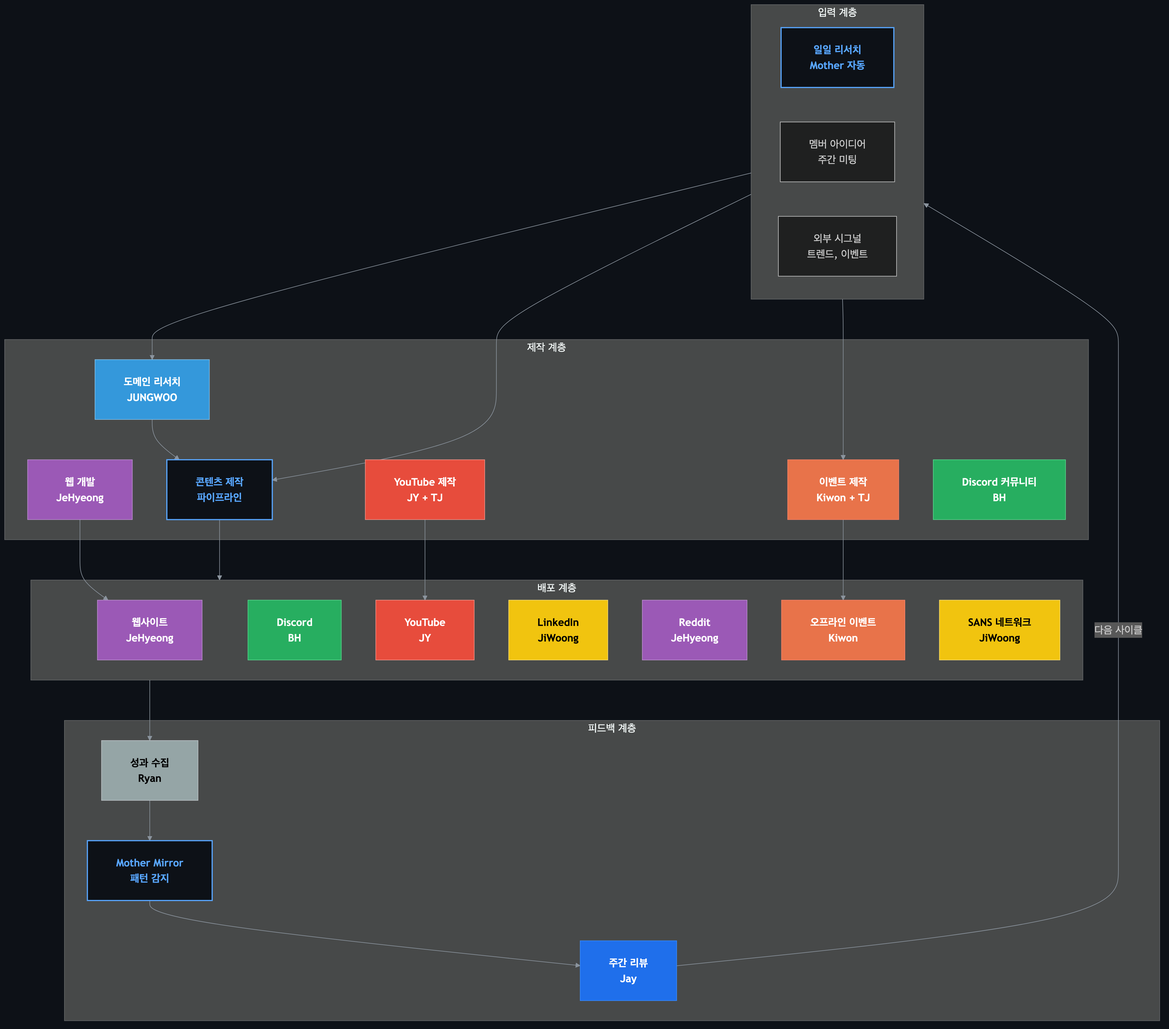
Earlier version of the Mermaid export products/hypeproof-workflow-diagrams/d1-color.png (JeHyeong2/hypeprooflab). Its source is kept beside it as products/hypeproof-workflow-diagrams/d1-color.mmd.
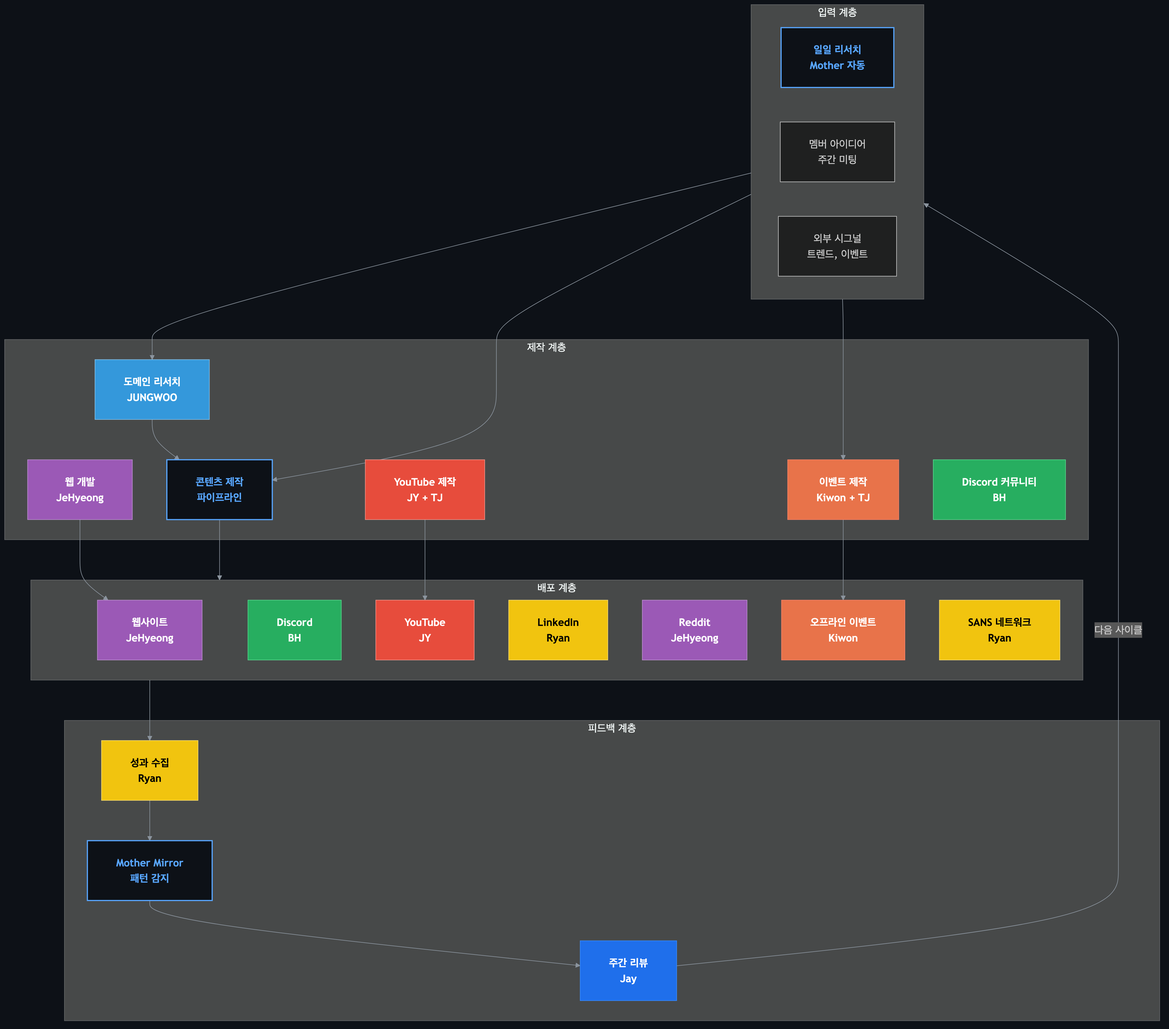
After the commit.

Diff of the diagram source:
```diff
@@ -18,10 +18,10 @@
         WEB["웹사이트<br/>JeHyeong"]
         DIS["Discord<br/>BH"]
         YTC["YouTube<br/>JY"]
-        LI["LinkedIn<br/>JiWoong"]
+        LI["LinkedIn<br/>Ryan"]
         RD["Reddit<br/>JeHyeong"]
         OFL["오프라인 이벤트<br/>Kiwon"]
-        SANS_N["SANS 네트워크<br/>JiWoong"]
+        SANS_N["SANS 네트워크<br/>Ryan"]
     end
 
     subgraph FEEDBACK["피드백 계층"]
@@ -46,21 +46,19 @@
 
     classDef jay fill:#1f6feb,stroke:#388bfd,color:#fff,font-weight:bold
     classDef kiwon fill:#e8734a,stroke:#f78166,color:#fff,font-weight:bold
-    classDef jiwoong fill:#f1c40f,stroke:#f7dc6f,color:#000,font-weight:bold
+    classDef ryan fill:#f1c40f,stroke:#f7dc6f,color:#000,font-weight:bold
     classDef jy fill:#e74c3c,stroke:#f1948a,color:#fff,font-weight:bold
     classDef tj fill:#8b4513,stroke:#cd853f,color:#fff,font-weight:bold
     classDef jehyeong fill:#9b59b6,stroke:#bb8fce,color:#fff,font-weight:bold
     classDef bh fill:#27ae60,stroke:#58d68d,color:#fff,font-weight:bold
     classDef jungwoo fill:#3498db,stroke:#85c1e9,color:#fff,font-weight:bold
-    classDef ryan fill:#95a5a6,stroke:#bdc3c7,color:#000,font-weight:bold
     classDef mother fill:#0d1117,stroke:#58a6ff,color:#58a6ff,font-weight:bold,stroke-width:2px
 
     class REV jay
     class EP,OFL kiwon
-    class LI,SANS_N jiwoong
+    class LI,SANS_N,MET ryan
     class YT,YTC jy
     class DC,DIS bh
     class WD,WEB,RD jehyeong
     class DR jungwoo
-    class MET ryan
     class R,MIR,CP mother
```
